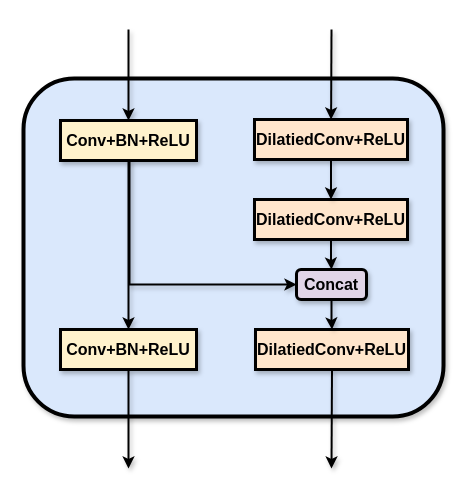
Above: Asymmetric_Cross_Path/e.drawio in KopiSoftware/draw_cc_cloud (draw.io), before the change. Source tidied: cells renumbered, new cells numbered last; positions are measured from the earlier drawing's top-left corner, leaving out a move shared by most shapes. Both pictures are drawn from the tidied source at 100%, with x=0, y=0 at pixel (23, 29).
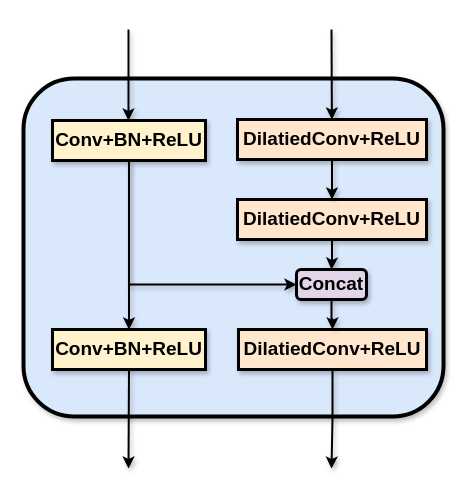
Above is the later version.

Change to the diagram source:
```diff
@@
-    <mxCell id="2" style="rounded=1;whiteSpace=wrap;html=1;fillColor=#dae8fc;strokeColor=#000000;strokeWidth=4;shadow=1;fontSize=16;" parent="1" vertex="1">
+    <mxCell id="2" style="rounded=1;whiteSpace=wrap;html=1;fillColor=#dae8fc;strokeColor=#000000;strokeWidth=4;shadow=1;fontSize=19;" parent="1" vertex="1">
       <mxGeometry y="49" width="420" height="338" as="geometry" />
     </mxCell>
-    <mxCell id="3" style="edgeStyle=orthogonalEdgeStyle;rounded=0;jettySize=auto;html=1;entryX=0.5;entryY=0;entryDx=0;entryDy=0;strokeWidth=2;shadow=1;fontSize=16;" parent="1" edge="1" source="6" target="8">
+    <mxCell id="3" style="edgeStyle=orthogonalEdgeStyle;rounded=0;jettySize=auto;html=1;entryX=0.5;entryY=0;entryDx=0;entryDy=0;strokeWidth=2;shadow=1;fontSize=19;" parent="1" edge="1" source="6" target="8">
       <mxGeometry relative="1" as="geometry" />
     </mxCell>
-    <mxCell id="4" style="edgeStyle=orthogonalEdgeStyle;rounded=1;jettySize=auto;html=1;strokeWidth=2;shadow=1;endArrow=none;endFill=0;startArrow=classic;startFill=1;fontSize=16;" parent="1" edge="1" source="6">
+    <mxCell id="4" style="edgeStyle=orthogonalEdgeStyle;rounded=1;jettySize=auto;html=1;strokeWidth=2;shadow=1;endArrow=none;endFill=0;startArrow=classic;startFill=1;fontSize=19;" parent="1" edge="1" source="6">
       <mxGeometry relative="1" as="geometry">
         <mxPoint x="105" as="targetPoint" />
       </mxGeometry>
     </mxCell>
-    <mxCell id="5" style="edgeStyle=orthogonalEdgeStyle;rounded=0;jettySize=auto;html=1;entryX=0;entryY=0.5;entryDx=0;entryDy=0;exitX=0.5;exitY=1;exitDx=0;exitDy=0;strokeWidth=2;shadow=1;fontSize=16;" parent="1" edge="1" source="6" target="17">
+    <mxCell id="5" style="edgeStyle=orthogonalEdgeStyle;rounded=0;jettySize=auto;html=1;entryX=0;entryY=0.5;entryDx=0;entryDy=0;exitX=0.5;exitY=1;exitDx=0;exitDy=0;strokeWidth=2;shadow=1;fontSize=19;" parent="1" edge="1" source="6" target="17">
       <mxGeometry relative="1" as="geometry">
         <Array as="points">
           <mxPoint x="106" y="255" />
         </Array>
       </mxGeometry>
     </mxCell>
-    <mxCell id="6" value="&lt;b style=&quot;font-size: 16px;&quot;&gt;Conv+BN+ReLU&lt;/b&gt;" style="rounded=0;whiteSpace=wrap;html=1;fillColor=#fff2cc;strokeColor=#000000;strokeWidth=3;shadow=1;fontSize=16;" parent="1" vertex="1">
-      <mxGeometry x="37" y="91" width="136" height="40" as="geometry" />
+    <mxCell id="6" value="&lt;b style=&quot;font-size: 19px;&quot;&gt;Conv+BN+ReLU&lt;/b&gt;" style="rounded=0;whiteSpace=wrap;html=1;fillColor=#fff2cc;strokeColor=#000000;strokeWidth=3;shadow=1;fontSize=19;" parent="1" vertex="1">
+      <mxGeometry x="29" y="91" width="153" height="40" as="geometry" />
     </mxCell>
-    <mxCell id="7" style="edgeStyle=orthogonalEdgeStyle;rounded=0;jettySize=auto;html=1;exitX=0.5;exitY=1;exitDx=0;exitDy=0;strokeWidth=2;shadow=1;fontSize=16;" parent="1" edge="1" source="8">
+    <mxCell id="7" style="edgeStyle=orthogonalEdgeStyle;rounded=0;jettySize=auto;html=1;exitX=0.5;exitY=1;exitDx=0;exitDy=0;strokeWidth=2;shadow=1;fontSize=19;" parent="1" edge="1" source="8">
       <mxGeometry relative="1" as="geometry">
         <mxPoint x="105" y="439" as="targetPoint" />
       </mxGeometry>
     </mxCell>
-    <mxCell id="8" value="&lt;b style=&quot;border-color: var(--border-color); font-size: 16px;&quot;&gt;Conv+BN+ReLU&lt;/b&gt;" style="rounded=0;whiteSpace=wrap;html=1;fillColor=#fff2cc;strokeColor=#000000;strokeWidth=3;shadow=1;fontSize=16;" parent="1" vertex="1">
-      <mxGeometry x="37" y="300" width="136" height="40" as="geometry" />
+    <mxCell id="8" value="&lt;b style=&quot;border-color: var(--border-color); font-size: 19px;&quot;&gt;Conv+BN+ReLU&lt;/b&gt;" style="rounded=0;whiteSpace=wrap;html=1;fillColor=#fff2cc;strokeColor=#000000;strokeWidth=3;shadow=1;fontSize=19;" parent="1" vertex="1">
+      <mxGeometry x="29" y="300" width="153" height="40" as="geometry" />
     </mxCell>
-    <mxCell id="9" style="edgeStyle=orthogonalEdgeStyle;rounded=0;jettySize=auto;html=1;entryX=0.5;entryY=0;entryDx=0;entryDy=0;strokeWidth=2;shadow=1;fontSize=16;" parent="1" edge="1" source="10" target="17">
+    <mxCell id="9" style="edgeStyle=orthogonalEdgeStyle;rounded=0;jettySize=auto;html=1;entryX=0.5;entryY=0;entryDx=0;entryDy=0;strokeWidth=2;shadow=1;fontSize=19;" parent="1" edge="1" source="10" target="17">
       <mxGeometry relative="1" as="geometry" />
     </mxCell>
-    <mxCell id="10" value="&lt;b style=&quot;border-color: var(--border-color); font-size: 16px;&quot;&gt;DilatiedConv+ReLU&lt;/b&gt;" style="rounded=0;whiteSpace=wrap;html=1;fillColor=#ffe6cc;strokeColor=#000000;strokeWidth=3;shadow=1;fontSize=16;" parent="1" vertex="1">
-      <mxGeometry x="231" y="170" width="153" height="40" as="geometry" />
+    <mxCell id="10" value="&lt;b style=&quot;border-color: var(--border-color); font-size: 19px;&quot;&gt;DilatiedConv+ReLU&lt;/b&gt;" style="rounded=0;whiteSpace=wrap;html=1;fillColor=#ffe6cc;strokeColor=#000000;strokeWidth=3;shadow=1;fontSize=19;" parent="1" vertex="1">
+      <mxGeometry x="214" y="170" width="189" height="40" as="geometry" />
     </mxCell>
-    <mxCell id="11" style="edgeStyle=orthogonalEdgeStyle;rounded=0;jettySize=auto;html=1;exitX=0.5;exitY=1;exitDx=0;exitDy=0;strokeWidth=2;shadow=1;fontSize=16;" parent="1" edge="1" source="12">
+    <mxCell id="11" style="edgeStyle=orthogonalEdgeStyle;rounded=0;jettySize=auto;html=1;exitX=0.5;exitY=1;exitDx=0;exitDy=0;strokeWidth=2;shadow=1;fontSize=19;" parent="1" edge="1" source="12">
       <mxGeometry relative="1" as="geometry">
         <mxPoint x="308" y="439" as="targetPoint" />
       </mxGeometry>
     </mxCell>
-    <mxCell id="12" value="&lt;b style=&quot;border-color: var(--border-color); font-size: 16px;&quot;&gt;DilatiedConv+ReLU&lt;/b&gt;" style="rounded=0;whiteSpace=wrap;html=1;fillColor=#ffe6cc;strokeColor=#000000;strokeWidth=3;shadow=1;fontSize=16;" parent="1" vertex="1">
-      <mxGeometry x="232" y="300" width="153" height="40" as="geometry" />
+    <mxCell id="12" value="&lt;b style=&quot;border-color: var(--border-color); font-size: 19px;&quot;&gt;DilatiedConv+ReLU&lt;/b&gt;" style="rounded=0;whiteSpace=wrap;html=1;fillColor=#ffe6cc;strokeColor=#000000;strokeWidth=3;shadow=1;fontSize=19;" parent="1" vertex="1">
+      <mxGeometry x="215" y="300" width="188" height="40" as="geometry" />
     </mxCell>
-    <mxCell id="13" style="edgeStyle=orthogonalEdgeStyle;rounded=0;jettySize=auto;html=1;entryX=0.5;entryY=0;entryDx=0;entryDy=0;strokeWidth=2;shadow=1;fontSize=16;" parent="1" edge="1" source="15" target="10">
+    <mxCell id="13" style="edgeStyle=orthogonalEdgeStyle;rounded=0;jettySize=auto;html=1;entryX=0.5;entryY=0;entryDx=0;entryDy=0;strokeWidth=2;shadow=1;fontSize=19;" parent="1" edge="1" source="15" target="10">
       <mxGeometry relative="1" as="geometry" />
     </mxCell>
-    <mxCell id="14" style="rounded=0;jettySize=auto;html=1;strokeWidth=2;shadow=1;startArrow=classic;startFill=1;endArrow=none;endFill=0;fontSize=16;" parent="1" edge="1" source="15">
+    <mxCell id="14" style="rounded=0;jettySize=auto;html=1;strokeWidth=2;shadow=1;startArrow=classic;startFill=1;endArrow=none;endFill=0;fontSize=19;" parent="1" edge="1" source="15">
       <mxGeometry relative="1" as="geometry">
         <mxPoint x="308" as="targetPoint" />
       </mxGeometry>
     </mxCell>
-    <mxCell id="15" value="&lt;b style=&quot;border-color: var(--border-color); font-size: 16px;&quot;&gt;DilatiedConv+ReLU&lt;/b&gt;" style="rounded=0;whiteSpace=wrap;html=1;fillColor=#ffe6cc;strokeColor=#000000;strokeWidth=3;shadow=1;fontSize=16;" parent="1" vertex="1">
-      <mxGeometry x="231" y="90" width="153" height="40" as="geometry" />
+    <mxCell id="15" value="&lt;b style=&quot;border-color: var(--border-color); font-size: 19px;&quot;&gt;DilatiedConv+ReLU&lt;/b&gt;" style="rounded=0;whiteSpace=wrap;html=1;fillColor=#ffe6cc;strokeColor=#000000;strokeWidth=3;shadow=1;fontSize=19;" parent="1" vertex="1">
+      <mxGeometry x="214" y="90" width="189" height="40" as="geometry" />
     </mxCell>
-    <mxCell id="16" style="edgeStyle=orthogonalEdgeStyle;rounded=0;jettySize=auto;html=1;entryX=0.5;entryY=0;entryDx=0;entryDy=0;strokeWidth=2;shadow=1;fontSize=16;" parent="1" edge="1" source="17" target="12">
+    <mxCell id="16" style="edgeStyle=orthogonalEdgeStyle;rounded=0;jettySize=auto;html=1;entryX=0.5;entryY=0;entryDx=0;entryDy=0;strokeWidth=2;shadow=1;fontSize=19;" parent="1" edge="1" source="17" target="12">
       <mxGeometry relative="1" as="geometry" />
     </mxCell>
-    <mxCell id="17" value="Concat" style="rounded=1;whiteSpace=wrap;html=1;strokeWidth=3;shadow=1;fillColor=#e1d5e7;strokeColor=#000000;fontSize=16;fontStyle=1;" parent="1" vertex="1">
+    <mxCell id="17" value="Concat" style="rounded=1;whiteSpace=wrap;html=1;strokeWidth=3;shadow=1;fillColor=#e1d5e7;strokeColor=#000000;fontSize=19;fontStyle=1;" parent="1" vertex="1">
       <mxGeometry x="273" y="240" width="70" height="30" as="geometry" />
     </mxCell>
```
